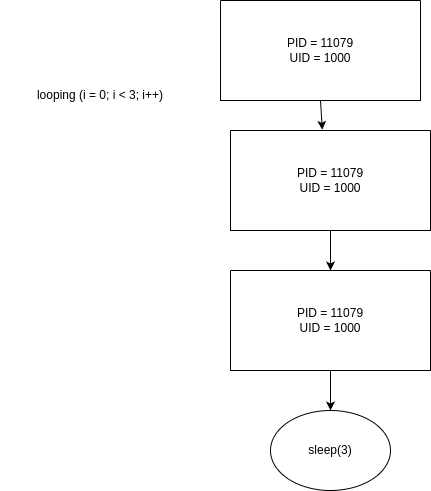
Before: UTS/img/fork01v.png, a diagram exported from draw.io (ARVAZAKI/SysOP-3123500014). Source tidied: cells renumbered, new cells last; positions are measured from the earlier drawing's top-left corner, leaving out a move shared by most shapes. Its diagram source:
```xml
<mxGraphModel>
  <root>
    <mxCell id="0" />
    <mxCell id="1" parent="0" />
    <mxCell id="2" style="swimlane;startSize=0;" parent="1" vertex="1">
      <mxGeometry x="230" y="270" width="200" height="100" as="geometry" />
    </mxCell>
    <mxCell id="3" value="PID = 11079&lt;div&gt;UID = 1000&lt;/div&gt;" style="text;html=1;align=center;verticalAlign=middle;whiteSpace=wrap;rounded=0;" parent="2" vertex="1">
      <mxGeometry x="20" y="22.5" width="160" height="55" as="geometry" />
    </mxCell>
    <mxCell id="4" value="looping (i = 0; i &amp;lt; 3; i++)" style="text;html=1;align=center;verticalAlign=middle;whiteSpace=wrap;rounded=0;" parent="1" vertex="1">
      <mxGeometry y="80" width="200" height="30" as="geometry" />
    </mxCell>
    <mxCell id="5" style="swimlane;startSize=0;" parent="1" vertex="1">
      <mxGeometry x="230" y="130" width="200" height="100" as="geometry" />
    </mxCell>
    <mxCell id="6" value="PID = 11079&lt;div&gt;UID = 1000&lt;/div&gt;" style="text;html=1;align=center;verticalAlign=middle;whiteSpace=wrap;rounded=0;" parent="5" vertex="1">
      <mxGeometry x="20" y="22.5" width="160" height="55" as="geometry" />
    </mxCell>
    <mxCell id="7" style="swimlane;startSize=0;" parent="1" vertex="1">
      <mxGeometry x="220" width="200" height="100" as="geometry" />
    </mxCell>
    <mxCell id="8" value="PID = 11079&lt;div&gt;UID = 1000&lt;/div&gt;" style="text;html=1;align=center;verticalAlign=middle;whiteSpace=wrap;rounded=0;" parent="7" vertex="1">
      <mxGeometry x="20" y="22.5" width="160" height="55" as="geometry" />
    </mxCell>
    <mxCell id="9" style="group;" parent="1" vertex="1">
      <mxGeometry x="270" y="410" width="120" height="80" as="geometry" />
    </mxCell>
    <mxCell id="10" style="ellipse;whiteSpace=wrap;html=1;" parent="9" vertex="1">
      <mxGeometry width="120" height="80" as="geometry" />
    </mxCell>
    <mxCell id="11" value="sleep(3)" style="text;html=1;align=center;verticalAlign=middle;whiteSpace=wrap;rounded=0;" parent="9" vertex="1">
      <mxGeometry x="30" y="25" width="60" height="30" as="geometry" />
    </mxCell>
    <mxCell id="12" style="endArrow=classic;html=1;rounded=0;exitX=0.5;exitY=1;exitDx=0;exitDy=0;entryX=0.459;entryY=-0.007;entryDx=0;entryDy=0;entryPerimeter=0;" parent="1" edge="1" source="7" target="5">
      <mxGeometry relative="1" as="geometry" />
    </mxCell>
    <mxCell id="13" style="endArrow=classic;html=1;rounded=0;exitX=0.5;exitY=1;exitDx=0;exitDy=0;entryX=0.5;entryY=0;entryDx=0;entryDy=0;" parent="1" edge="1" source="5" target="2">
      <mxGeometry relative="1" as="geometry" />
    </mxCell>
    <mxCell id="14" style="endArrow=classic;html=1;rounded=0;exitX=0.5;exitY=1;exitDx=0;exitDy=0;entryX=0.5;entryY=0;entryDx=0;entryDy=0;" parent="1" edge="1" source="2" target="10">
      <mxGeometry relative="1" as="geometry" />
    </mxCell>
  </root>
</mxGraphModel>
```
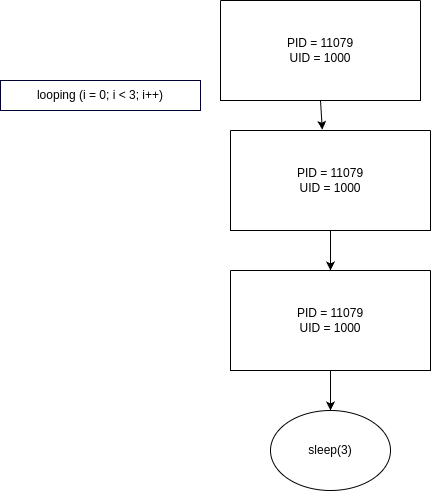
After the commit.

Diff of the diagram source:
```diff
@@ -8,7 +8,7 @@
     <mxCell id="3" value="PID = 11079&lt;div&gt;UID = 1000&lt;/div&gt;" style="text;html=1;align=center;verticalAlign=middle;whiteSpace=wrap;rounded=0;" parent="2" vertex="1">
       <mxGeometry x="20" y="22.5" width="160" height="55" as="geometry" />
     </mxCell>
-    <mxCell id="4" value="looping (i = 0; i &amp;lt; 3; i++)" style="text;html=1;align=center;verticalAlign=middle;whiteSpace=wrap;rounded=0;" parent="1" vertex="1">
+    <mxCell id="4" value="looping (i = 0; i &amp;lt; 3; i++)" style="text;html=1;align=center;verticalAlign=middle;whiteSpace=wrap;rounded=0;strokeColor=#000033;" parent="1" vertex="1">
       <mxGeometry y="80" width="200" height="30" as="geometry" />
     </mxCell>
     <mxCell id="5" style="swimlane;startSize=0;" parent="1" vertex="1">
```
